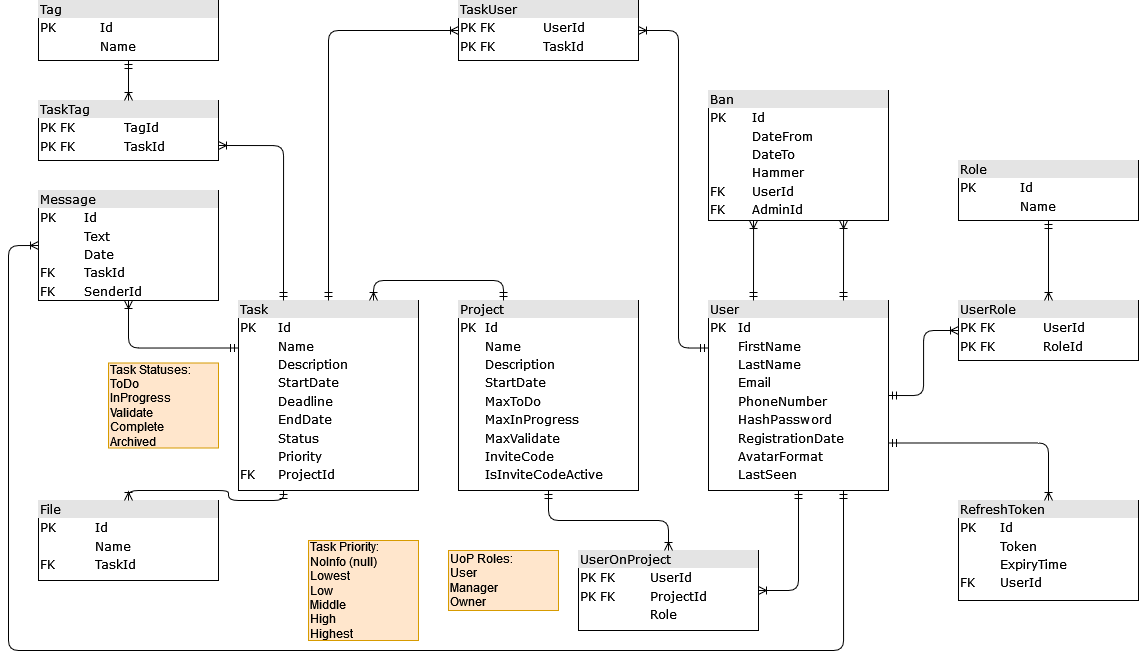
The draw.io diagram Data/Diagrams/diagram.png in NktCHRN/EasyWork, before a commit. Source tidied: cells renumbered, new cells last; positions are measured from the earlier drawing's top-left corner, leaving out a move shared by most shapes.
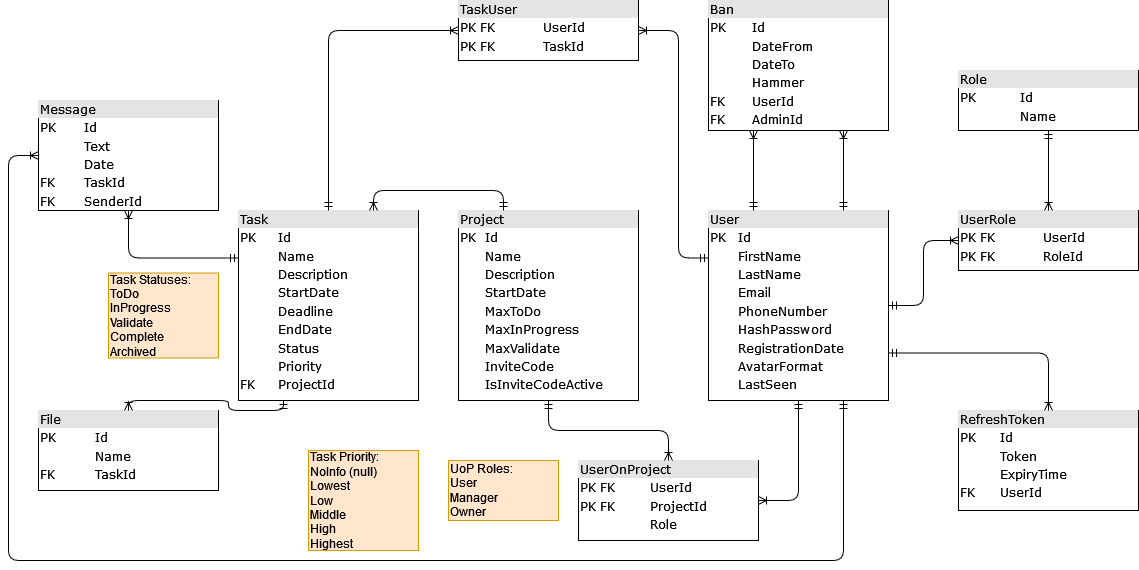
The same file after the commit.

The edit, as a diff of the source:
```diff
@@ -49,7 +49,7 @@
       <mxGeometry relative="1" as="geometry">
         <Array as="points">
           <mxPoint x="670" y="348" />
-          <mxPoint x="670" y="30" />
+          <mxPoint x="670" y="120" />
         </Array>
       </mxGeometry>
     </mxCell>
@@ -99,37 +99,16 @@
     <mxCell id="23" value="&lt;div align=&quot;left&quot;&gt;Task Priority:&lt;/div&gt;&lt;div&gt;NoInfo (null)&lt;br&gt;&lt;/div&gt;&lt;div&gt;Lowest&lt;br&gt;&lt;/div&gt;&lt;div&gt;Low&lt;/div&gt;&lt;div&gt;Middle&lt;/div&gt;&lt;div&gt;High&lt;br&gt;&lt;/div&gt;&lt;div&gt;Highest&lt;/div&gt;" style="rounded=0;whiteSpace=wrap;html=1;fillColor=#ffe6cc;strokeColor=#d79b00;align=left;" parent="1" vertex="1">
       <mxGeometry x="300" y="540" width="110" height="100" as="geometry" />
     </mxCell>
-    <mxCell id="24" value="&lt;div style=&quot;box-sizing: border-box ; width: 100% ; background: #e4e4e4 ; padding: 2px&quot;&gt;Tag&lt;/div&gt;&lt;table style=&quot;width: 100% ; font-size: 1em&quot; cellspacing=&quot;0&quot; cellpadding=&quot;2&quot;&gt;&lt;tbody&gt;&lt;tr&gt;&lt;td&gt;PK&lt;/td&gt;&lt;td&gt;Id&lt;/td&gt;&lt;/tr&gt;&lt;tr&gt;&lt;td&gt;&lt;br&gt;&lt;/td&gt;&lt;td&gt;Name&lt;/td&gt;&lt;/tr&gt;&lt;/tbody&gt;&lt;/table&gt;" style="verticalAlign=top;align=left;overflow=fill;html=1;rounded=0;shadow=0;comic=0;labelBackgroundColor=none;strokeWidth=1;fontFamily=Verdana;fontSize=12;" parent="1" vertex="1">
-      <mxGeometry x="30" width="180" height="60" as="geometry" />
-    </mxCell>
-    <mxCell id="25" value="&lt;div style=&quot;box-sizing: border-box ; width: 100% ; background: #e4e4e4 ; padding: 2px&quot;&gt;TaskTag&lt;/div&gt;&lt;table style=&quot;width: 100% ; font-size: 1em&quot; cellspacing=&quot;0&quot; cellpadding=&quot;2&quot;&gt;&lt;tbody&gt;&lt;tr&gt;&lt;td&gt;PK FK&lt;br&gt;&lt;/td&gt;&lt;td&gt;TagId&lt;/td&gt;&lt;/tr&gt;&lt;tr&gt;&lt;td&gt;PK FK&lt;br&gt;&lt;/td&gt;&lt;td&gt;TaskId&lt;br&gt;&lt;/td&gt;&lt;/tr&gt;&lt;/tbody&gt;&lt;/table&gt;" style="verticalAlign=top;align=left;overflow=fill;html=1;rounded=0;shadow=0;comic=0;labelBackgroundColor=none;strokeWidth=1;fontFamily=Verdana;fontSize=12;" parent="1" vertex="1">
-      <mxGeometry x="30" y="100" width="180" height="60" as="geometry" />
-    </mxCell>
-    <mxCell id="26" style="edgeStyle=orthogonalEdgeStyle;html=1;labelBackgroundColor=none;startArrow=ERmandOne;endArrow=ERoneToMany;fontFamily=Verdana;fontSize=12;align=left;entryX=0.5;entryY=0;entryDx=0;entryDy=0;exitX=0.5;exitY=1;exitDx=0;exitDy=0;" parent="1" edge="1" source="24" target="25">
-      <mxGeometry relative="1" as="geometry">
-        <Array as="points">
-          <mxPoint x="120" y="80" />
-          <mxPoint x="120" y="80" />
-        </Array>
-      </mxGeometry>
-    </mxCell>
-    <mxCell id="27" style="edgeStyle=orthogonalEdgeStyle;html=1;labelBackgroundColor=none;startArrow=ERmandOne;endArrow=ERoneToMany;fontFamily=Verdana;fontSize=12;align=left;entryX=1;entryY=0.75;entryDx=0;entryDy=0;exitX=0.25;exitY=0;exitDx=0;exitDy=0;" parent="1" edge="1" source="11" target="25">
-      <mxGeometry relative="1" as="geometry">
-        <Array as="points">
-          <mxPoint x="275" y="145" />
-        </Array>
-      </mxGeometry>
-    </mxCell>
     <mxCell id="28" value="&lt;div&gt;UoP Roles:&lt;/div&gt;&lt;div&gt;User&lt;/div&gt;&lt;div&gt;Manager&lt;/div&gt;&lt;div&gt;Owner&lt;br&gt;&lt;/div&gt;" style="rounded=0;whiteSpace=wrap;html=1;fillColor=#ffe6cc;strokeColor=#d79b00;align=left;" parent="1" vertex="1">
       <mxGeometry x="440" y="550" width="110" height="60" as="geometry" />
     </mxCell>
     <mxCell id="29" value="&lt;div style=&quot;box-sizing: border-box ; width: 100% ; background: #e4e4e4 ; padding: 2px&quot;&gt;TaskUser&lt;/div&gt;&lt;table style=&quot;width: 100% ; font-size: 1em&quot; cellspacing=&quot;0&quot; cellpadding=&quot;2&quot;&gt;&lt;tbody&gt;&lt;tr&gt;&lt;td&gt;PK FK&lt;br&gt;&lt;/td&gt;&lt;td&gt;UserId&lt;/td&gt;&lt;/tr&gt;&lt;tr&gt;&lt;td&gt;PK FK&lt;br&gt;&lt;/td&gt;&lt;td&gt;TaskId&lt;br&gt;&lt;/td&gt;&lt;/tr&gt;&lt;/tbody&gt;&lt;/table&gt;" style="verticalAlign=top;align=left;overflow=fill;html=1;rounded=0;shadow=0;comic=0;labelBackgroundColor=none;strokeWidth=1;fontFamily=Verdana;fontSize=12;" parent="1" vertex="1">
-      <mxGeometry x="450" width="180" height="60" as="geometry" />
+      <mxGeometry x="450" y="90" width="180" height="60" as="geometry" />
     </mxCell>
     <mxCell id="30" style="edgeStyle=orthogonalEdgeStyle;html=1;labelBackgroundColor=none;startArrow=ERmandOne;endArrow=ERoneToMany;fontFamily=Verdana;fontSize=12;align=left;entryX=0;entryY=0.5;entryDx=0;entryDy=0;exitX=0.5;exitY=0;exitDx=0;exitDy=0;" parent="1" edge="1" source="11" target="29">
       <mxGeometry relative="1" as="geometry">
         <Array as="points">
-          <mxPoint x="320" y="30" />
+          <mxPoint x="320" y="120" />
         </Array>
       </mxGeometry>
     </mxCell>
```
